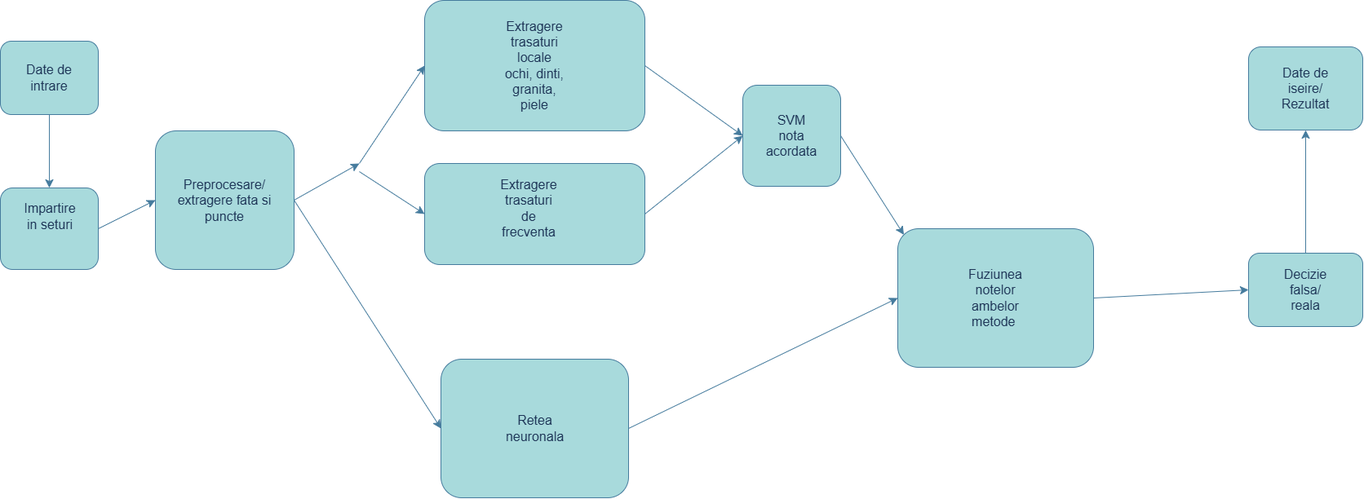
The draw.io diagram Schema_Bloc_Arhitectura.png in eliasultan/Proiect-PI, before a commit. Source tidied: cells renumbered, new cells last; positions are measured from the earlier drawing's top-left corner, leaving out a move shared by most shapes.
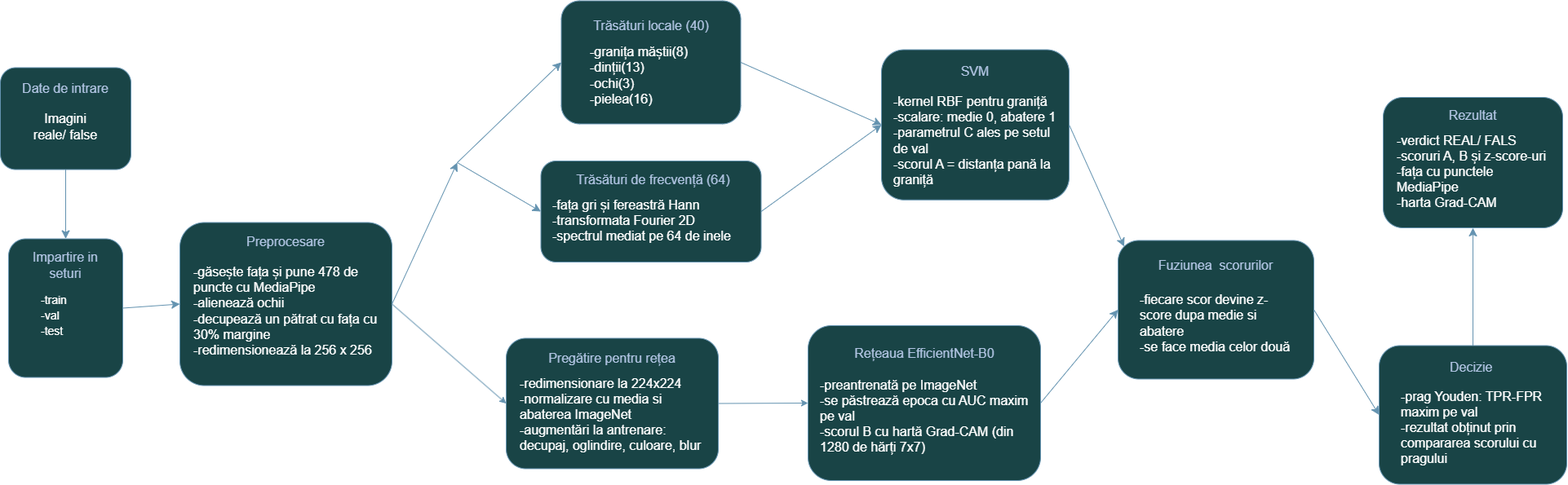
The same file after the commit.

Diff of the diagram source:
```diff
@@ -2,97 +2,92 @@
   <root>
     <mxCell id="0" />
     <mxCell id="1" parent="0" />
+    <mxCell id="34" style="rounded=1;whiteSpace=wrap;html=1;roundedPerimeter=1;strokeColor=#457B9D;align=center;verticalAlign=middle;fontFamily=Helvetica;fontSize=12;fontColor=#1D3557;labelBackgroundColor=none;fillColor=#A8DADC;" parent="1" vertex="1">
+      <mxGeometry x="590" y="385.5" width="260" height="160" as="geometry" />
+    </mxCell>
     <mxCell id="2" style="rounded=1;whiteSpace=wrap;html=1;roundedPerimeter=1;labelBackgroundColor=none;fillColor=#A8DADC;strokeColor=#457B9D;fontColor=#1D3557;" parent="1" vertex="1">
-      <mxGeometry y="50" width="120" height="90" as="geometry" />
+      <mxGeometry x="-30" y="53.5" width="160" height="125" as="geometry" />
     </mxCell>
     <mxCell id="3" value="Date de intrare" style="text;html=1;whiteSpace=wrap;strokeColor=none;fillColor=none;align=center;verticalAlign=middle;rounded=0;fontSize=16;labelBackgroundColor=none;fontColor=#1D3557;" parent="1" vertex="1">
-      <mxGeometry x="30" y="80" width="60" height="30" as="geometry" />
+      <mxGeometry x="-10" y="63.5" width="120" height="30" as="geometry" />
     </mxCell>
     <mxCell id="4" style="rounded=1;whiteSpace=wrap;html=1;roundedPerimeter=1;labelBackgroundColor=none;fillColor=#A8DADC;strokeColor=#457B9D;fontColor=#1D3557;" parent="1" vertex="1">
-      <mxGeometry y="230" width="120" height="100" as="geometry" />
+      <mxGeometry x="-20" y="263.5" width="140" height="170" as="geometry" />
     </mxCell>
     <mxCell id="5" value="Impartire in seturi" style="text;html=1;whiteSpace=wrap;strokeColor=none;fillColor=none;align=center;verticalAlign=middle;rounded=0;fontSize=16;labelBackgroundColor=none;fontColor=#1D3557;" parent="1" vertex="1">
-      <mxGeometry x="31" y="250" width="60" height="30" as="geometry" />
+      <mxGeometry x="5" y="275.5" width="90" height="40" as="geometry" />
     </mxCell>
     <mxCell id="6" style="endArrow=classic;html=1;rounded=0;fontSize=12;startSize=8;endSize=8;curved=1;exitX=0.5;exitY=1;exitDx=0;exitDy=0;entryX=0.5;entryY=0;entryDx=0;entryDy=0;labelBackgroundColor=none;strokeColor=#457B9D;fontColor=default;" parent="1" edge="1" source="2" target="4">
       <mxGeometry relative="1" as="geometry" />
     </mxCell>
-    <mxCell id="7" style="rounded=1;whiteSpace=wrap;html=1;roundedPerimeter=1;labelBackgroundColor=none;fillColor=#A8DADC;strokeColor=#457B9D;fontColor=#1D3557;" parent="1" vertex="1">
-      <mxGeometry x="190" y="160" width="170" height="170" as="geometry" />
+    <mxCell id="7" style="rounded=1;whiteSpace=wrap;html=1;roundedPerimeter=1;labelBackgroundColor=none;fillColor=#A8DADC;strokeColor=#457B9D;fontColor=#1D3557;newEdgeStyle=%7B%22endArrow%22%3A%22classic%22%2C%22html%22%3A%221%22%2C%22rounded%22%3A%220%22%2C%22fontSize%22%3A%2212%22%2C%22defaultLabelBackgroundColor%22%3A%22page%22%2C%22labelPadding%22%3A%220%204%22%2C%22startSize%22%3A%228%22%2C%22endSize%22%3A%228%22%2C%22curved%22%3A%221%22%2C%22fillColor%22%3A%22%230050ef%22%2C%22strokeColor%22%3A%22%23001DBC%22%2C%22edgeStyle%22%3A%22none%22%2C%22jettySize%22%3Anull%2C%22orthogonalLoop%22%3Anull%7D;" parent="1" vertex="1">
+      <mxGeometry x="190" y="243.5" width="260" height="200" as="geometry" />
     </mxCell>
-    <mxCell id="8" value="Preprocesare/ extragere fata si puncte&lt;div&gt;&lt;br&gt;&lt;/div&gt;" style="text;html=1;whiteSpace=wrap;strokeColor=none;fillColor=none;align=center;verticalAlign=middle;rounded=0;fontSize=16;labelBackgroundColor=none;fontColor=#1D3557;" parent="1" vertex="1">
-      <mxGeometry x="215" y="192.5" width="120" height="125" as="geometry" />
+    <mxCell id="8" value="Preprocesare" style="text;html=1;whiteSpace=wrap;strokeColor=none;fillColor=none;align=center;verticalAlign=middle;rounded=0;fontSize=16;labelBackgroundColor=none;fontColor=#1D3557;" parent="1" vertex="1">
+      <mxGeometry x="260" y="251.5" width="120" height="30" as="geometry" />
     </mxCell>
     <mxCell id="9" style="endArrow=classic;html=1;rounded=0;fontSize=12;startSize=8;endSize=8;curved=1;exitX=1;exitY=0.5;exitDx=0;exitDy=0;entryX=0;entryY=0.5;entryDx=0;entryDy=0;labelBackgroundColor=none;strokeColor=#457B9D;fontColor=default;" parent="1" edge="1" source="4" target="7">
       <mxGeometry relative="1" as="geometry" />
     </mxCell>
     <mxCell id="10" style="rounded=1;whiteSpace=wrap;html=1;roundedPerimeter=1;labelBackgroundColor=none;fillColor=#A8DADC;strokeColor=#457B9D;fontColor=#1D3557;" parent="1" vertex="1">
-      <mxGeometry x="520" width="270" height="160" as="geometry" />
+      <mxGeometry x="657.5" y="-28.5" width="220" height="151" as="geometry" />
     </mxCell>
-    <mxCell id="11" value="Extragere trasaturi locale&lt;br&gt;ochi, dinti, granita, piele" style="text;html=1;whiteSpace=wrap;strokeColor=none;fillColor=none;align=center;verticalAlign=middle;rounded=0;fontSize=16;labelBackgroundColor=none;fontColor=#1D3557;" parent="1" vertex="1">
-      <mxGeometry x="610" y="42.5" width="90" height="75" as="geometry" />
+    <mxCell id="11" value="Trăsături locale (40)" style="text;html=1;whiteSpace=wrap;strokeColor=none;fillColor=none;align=center;verticalAlign=middle;rounded=0;fontSize=16;labelBackgroundColor=none;fontColor=#1D3557;" parent="1" vertex="1">
+      <mxGeometry x="678.8" y="-18.5" width="177.5" height="40" as="geometry" />
     </mxCell>
-    <mxCell id="12" style="endArrow=classic;html=1;rounded=0;fontSize=12;startSize=8;endSize=8;curved=1;exitX=1;exitY=0.5;exitDx=0;exitDy=0;labelBackgroundColor=none;strokeColor=#457B9D;fontColor=default;" parent="1" edge="1" source="7">
-      <mxGeometry relative="1" as="geometry">
-        <mxPoint x="440" y="200" as="targetPoint" />
-      </mxGeometry>
-    </mxCell>
     <mxCell id="13" style="rounded=1;whiteSpace=wrap;html=1;roundedPerimeter=1;labelBackgroundColor=none;fillColor=#A8DADC;strokeColor=#457B9D;fontColor=#1D3557;" parent="1" vertex="1">
-      <mxGeometry x="910" y="104" width="120" height="124" as="geometry" />
+      <mxGeometry x="1050" y="31.5" width="230" height="184.2" as="geometry" />
     </mxCell>
-    <mxCell id="14" value="SVM&lt;br&gt;nota acordata" style="text;html=1;whiteSpace=wrap;strokeColor=none;fillColor=none;align=center;verticalAlign=middle;rounded=0;fontSize=16;labelBackgroundColor=none;fontColor=#1D3557;" parent="1" vertex="1">
-      <mxGeometry x="940" y="151" width="60" height="30" as="geometry" />
+    <mxCell id="14" value="SVM" style="text;html=1;whiteSpace=wrap;strokeColor=none;fillColor=none;align=center;verticalAlign=middle;rounded=0;fontSize=16;labelBackgroundColor=none;fontColor=#1D3557;" parent="1" vertex="1">
+      <mxGeometry x="1135" y="42.5" width="60" height="30" as="geometry" />
     </mxCell>
     <mxCell id="15" style="endArrow=classic;html=1;rounded=0;fontSize=12;startSize=8;endSize=8;curved=1;exitX=1;exitY=0.5;exitDx=0;exitDy=0;entryX=0;entryY=0.5;entryDx=0;entryDy=0;labelBackgroundColor=none;strokeColor=#457B9D;fontColor=default;" parent="1" edge="1" source="10" target="13">
       <mxGeometry relative="1" as="geometry" />
     </mxCell>
     <mxCell id="16" style="rounded=1;whiteSpace=wrap;html=1;roundedPerimeter=1;labelBackgroundColor=none;fillColor=#A8DADC;strokeColor=#457B9D;fontColor=#1D3557;" parent="1" vertex="1">
-      <mxGeometry x="540" y="440" width="230" height="170" as="geometry" />
+      <mxGeometry x="960" y="370" width="285" height="190" as="geometry" />
     </mxCell>
-    <mxCell id="17" value="Retea neuronala" style="text;html=1;whiteSpace=wrap;strokeColor=none;fillColor=none;align=center;verticalAlign=middle;rounded=0;fontSize=16;labelBackgroundColor=none;fontColor=#1D3557;" parent="1" vertex="1">
-      <mxGeometry x="617.5" y="500" width="75" height="50" as="geometry" />
+    <mxCell id="17" value="Rețeaua EfficientNet-B0" style="text;html=1;whiteSpace=wrap;strokeColor=none;fillColor=none;align=center;verticalAlign=middle;rounded=0;fontSize=16;labelBackgroundColor=none;fontColor=#1D3557;" parent="1" vertex="1">
+      <mxGeometry x="992.5" y="389" width="220" height="30" as="geometry" />
     </mxCell>
-    <mxCell id="18" style="endArrow=classic;html=1;rounded=0;fontSize=12;startSize=8;endSize=8;curved=1;exitX=1;exitY=0.5;exitDx=0;exitDy=0;entryX=0;entryY=0.5;entryDx=0;entryDy=0;labelBackgroundColor=none;strokeColor=#457B9D;fontColor=default;" parent="1" edge="1" source="7" target="16">
-      <mxGeometry relative="1" as="geometry" />
-    </mxCell>
     <mxCell id="19" style="rounded=1;whiteSpace=wrap;html=1;roundedPerimeter=1;labelBackgroundColor=none;fillColor=#A8DADC;strokeColor=#457B9D;fontColor=#1D3557;" parent="1" vertex="1">
-      <mxGeometry x="1100" y="280" width="240" height="170" as="geometry" />
+      <mxGeometry x="1340" y="265.5" width="240" height="170" as="geometry" />
     </mxCell>
-    <mxCell id="20" value="Fuziunea notelor ambelor metode&amp;nbsp;" style="text;html=1;whiteSpace=wrap;strokeColor=none;fillColor=none;align=center;verticalAlign=middle;rounded=0;fontSize=16;labelBackgroundColor=none;fontColor=#1D3557;" parent="1" vertex="1">
-      <mxGeometry x="1190" y="340" width="60" height="50" as="geometry" />
+    <mxCell id="20" value="Fuziunea&amp;nbsp; scorurilor" style="text;html=1;whiteSpace=wrap;strokeColor=none;fillColor=none;align=center;verticalAlign=middle;rounded=0;fontSize=16;labelBackgroundColor=none;fontColor=#1D3557;" parent="1" vertex="1">
+      <mxGeometry x="1365" y="282" width="190" height="28.5" as="geometry" />
     </mxCell>
     <mxCell id="21" style="endArrow=classic;html=1;rounded=0;fontSize=12;startSize=8;endSize=8;curved=1;exitX=1;exitY=0.5;exitDx=0;exitDy=0;entryX=0;entryY=0.5;entryDx=0;entryDy=0;labelBackgroundColor=none;strokeColor=#457B9D;fontColor=default;" parent="1" edge="1" source="16" target="19">
       <mxGeometry relative="1" as="geometry" />
     </mxCell>
     <mxCell id="22" style="rounded=1;whiteSpace=wrap;html=1;roundedPerimeter=1;labelBackgroundColor=none;fillColor=#A8DADC;strokeColor=#457B9D;fontColor=#1D3557;" parent="1" vertex="1">
-      <mxGeometry x="1530" y="310" width="140" height="90" as="geometry" />
+      <mxGeometry x="1660" y="394.5" width="230" height="170" as="geometry" />
     </mxCell>
-    <mxCell id="23" value="Decizie falsa/ reala" style="text;html=1;whiteSpace=wrap;strokeColor=none;fillColor=none;align=center;verticalAlign=middle;rounded=0;fontSize=16;labelBackgroundColor=none;fontColor=#1D3557;" parent="1" vertex="1">
-      <mxGeometry x="1570" y="340" width="60" height="30" as="geometry" />
+    <mxCell id="23" value="Decizie&amp;nbsp;" style="text;html=1;whiteSpace=wrap;strokeColor=none;fillColor=none;align=center;verticalAlign=middle;rounded=0;fontSize=16;labelBackgroundColor=none;fontColor=#1D3557;" parent="1" vertex="1">
+      <mxGeometry x="1698.8" y="405.5" width="152.5" height="30" as="geometry" />
     </mxCell>
     <mxCell id="24" style="rounded=1;whiteSpace=wrap;html=1;roundedPerimeter=1;labelBackgroundColor=none;fillColor=#A8DADC;strokeColor=#457B9D;fontColor=#1D3557;" parent="1" vertex="1">
-      <mxGeometry x="1530" y="57" width="140" height="102" as="geometry" />
+      <mxGeometry x="1665" y="90" width="220" height="160" as="geometry" />
     </mxCell>
-    <mxCell id="25" value="Date de iseire/ Rezultat" style="text;html=1;whiteSpace=wrap;strokeColor=none;fillColor=none;align=center;verticalAlign=middle;rounded=0;fontSize=16;labelBackgroundColor=none;fontColor=#1D3557;" parent="1" vertex="1">
-      <mxGeometry x="1570" y="93" width="60" height="30" as="geometry" />
+    <mxCell id="25" value="Rezultat" style="text;html=1;whiteSpace=wrap;strokeColor=none;fillColor=none;align=center;verticalAlign=middle;rounded=0;fontSize=16;labelBackgroundColor=none;fontColor=#1D3557;" parent="1" vertex="1">
+      <mxGeometry x="1745" y="100" width="60" height="24" as="geometry" />
     </mxCell>
     <mxCell id="26" style="endArrow=classic;html=1;rounded=0;fontSize=12;startSize=8;endSize=8;curved=1;exitX=0.5;exitY=0;exitDx=0;exitDy=0;entryX=0.5;entryY=1;entryDx=0;entryDy=0;labelBackgroundColor=none;strokeColor=#457B9D;fontColor=default;" parent="1" edge="1" source="22" target="24">
       <mxGeometry relative="1" as="geometry" />
     </mxCell>
     <mxCell id="27" style="rounded=1;whiteSpace=wrap;html=1;roundedPerimeter=1;labelBackgroundColor=none;fillColor=#A8DADC;strokeColor=#457B9D;fontColor=#1D3557;" parent="1" vertex="1">
-      <mxGeometry x="520" y="200" width="270" height="124" as="geometry" />
+      <mxGeometry x="632.5" y="168" width="270" height="124" as="geometry" />
     </mxCell>
-    <mxCell id="28" value="Extragere trasaturi de frecventa" style="text;html=1;whiteSpace=wrap;strokeColor=none;fillColor=none;align=center;verticalAlign=middle;rounded=0;fontSize=16;labelBackgroundColor=none;fontColor=#1D3557;" parent="1" vertex="1">
-      <mxGeometry x="617.5" y="240" width="60" height="30" as="geometry" />
+    <mxCell id="28" value="Trăsături de frecvență (64)" style="text;html=1;whiteSpace=wrap;strokeColor=none;fillColor=none;align=center;verticalAlign=middle;rounded=0;fontSize=16;labelBackgroundColor=none;fontColor=#1D3557;" parent="1" vertex="1">
+      <mxGeometry x="667.5" y="176.5" width="205" height="28.5" as="geometry" />
     </mxCell>
     <mxCell id="29" style="endArrow=classic;html=1;rounded=0;fontSize=12;defaultLabelBackgroundColor=page;startSize=8;endSize=8;curved=1;entryX=0;entryY=0.5;entryDx=0;entryDy=0;labelBackgroundColor=none;strokeColor=#457B9D;fontColor=default;" parent="1" edge="1" target="10">
       <mxGeometry relative="1" as="geometry">
-        <mxPoint x="440" y="200" as="sourcePoint" />
+        <mxPoint x="530" y="170" as="sourcePoint" />
       </mxGeometry>
     </mxCell>
     <mxCell id="30" style="endArrow=classic;html=1;rounded=0;fontSize=12;defaultLabelBackgroundColor=page;startSize=8;endSize=8;curved=1;entryX=0;entryY=0.5;entryDx=0;entryDy=0;labelBackgroundColor=none;strokeColor=#457B9D;fontColor=default;" parent="1" edge="1" target="27">
       <mxGeometry relative="1" as="geometry">
-        <mxPoint x="440" y="210" as="sourcePoint" />
+        <mxPoint x="530" y="170" as="sourcePoint" />
       </mxGeometry>
     </mxCell>
     <mxCell id="31" style="endArrow=classic;html=1;rounded=0;fontSize=12;defaultLabelBackgroundColor=page;startSize=8;endSize=8;curved=1;exitX=1;exitY=0.5;exitDx=0;exitDy=0;entryX=0;entryY=0.5;entryDx=0;entryDy=0;labelBackgroundColor=none;strokeColor=#457B9D;fontColor=default;" parent="1" edge="1" source="19" target="22">
@@ -104,5 +99,52 @@
     <mxCell id="33" style="endArrow=classic;html=1;rounded=0;fontSize=12;defaultLabelBackgroundColor=page;startSize=8;endSize=8;curved=1;exitX=1;exitY=0.5;exitDx=0;exitDy=0;entryX=0;entryY=0;entryDx=0;entryDy=0;labelBackgroundColor=none;strokeColor=#457B9D;fontColor=default;" parent="1" edge="1" source="13" target="19">
       <mxGeometry relative="1" as="geometry" />
     </mxCell>
+    <mxCell id="35" value="&lt;div&gt;&lt;font style=&quot;font-size: 14px;&quot;&gt;-train&lt;/font&gt;&lt;div&gt;&lt;font style=&quot;font-size: 14px;&quot;&gt;-val&lt;/font&gt;&lt;/div&gt;&lt;div&gt;&lt;font style=&quot;font-size: 14px;&quot;&gt;-test&lt;/font&gt;&lt;/div&gt;&lt;/div&gt;" style="text;html=1;whiteSpace=wrap;strokeColor=none;fillColor=none;align=left;verticalAlign=middle;rounded=0;fontSize=16;" parent="1" vertex="1">
+      <mxGeometry x="17.5" y="323.5" width="65" height="66" as="geometry" />
+    </mxCell>
+    <mxCell id="36" value="Imagini reale/ false" style="text;html=1;whiteSpace=wrap;strokeColor=none;fillColor=none;align=center;verticalAlign=middle;rounded=0;fontSize=16;" parent="1" vertex="1">
+      <mxGeometry x="5" y="98.5" width="90" height="55" as="geometry" />
+    </mxCell>
+    <mxCell id="37" value="-găsește fața și pune 478 de puncte cu MediaPipe&lt;div&gt;-alienează ochii&lt;/div&gt;&lt;div&gt;-decupează un pătrat cu fața cu 30% margine&lt;/div&gt;&lt;div&gt;-redimensionează la 256 x 256&lt;/div&gt;" style="text;html=1;whiteSpace=wrap;strokeColor=none;fillColor=none;align=left;verticalAlign=middle;rounded=0;fontSize=16;" parent="1" vertex="1">
+      <mxGeometry x="205" y="281.5" width="230" height="140" as="geometry" />
+    </mxCell>
+    <mxCell id="38" style="endArrow=classic;html=1;rounded=0;fontSize=12;defaultLabelBackgroundColor=page;startSize=8;endSize=8;curved=1;exitX=1;exitY=0.5;exitDx=0;exitDy=0;strokeColor=#457B9D;align=center;verticalAlign=middle;fontFamily=Helvetica;fontColor=default;labelBackgroundColor=none;" parent="1" edge="1" source="7">
+      <mxGeometry relative="1" as="geometry">
+        <mxPoint x="530" y="170" as="targetPoint" />
+      </mxGeometry>
+    </mxCell>
+    <mxCell id="39" value="-granița măștii(8)&lt;div&gt;-dinții(13)&lt;/div&gt;&lt;div&gt;-ochi(3)&lt;/div&gt;&lt;div&gt;-pielea(16)&lt;/div&gt;" style="text;html=1;whiteSpace=wrap;strokeColor=none;fillColor=none;align=left;verticalAlign=middle;rounded=0;fontSize=16;" parent="1" vertex="1">
+      <mxGeometry x="691.2" y="21.5" width="152.5" height="83.5" as="geometry" />
+    </mxCell>
+    <mxCell id="40" value="-fața gri și fereastră Hann&lt;div&gt;-transformata Fourier 2D&lt;/div&gt;&lt;div&gt;-spectrul mediat pe 64 de inele&lt;/div&gt;" style="text;html=1;whiteSpace=wrap;strokeColor=none;fillColor=none;align=left;verticalAlign=middle;rounded=0;fontSize=16;" parent="1" vertex="1">
+      <mxGeometry x="645" y="205" width="250" height="71.5" as="geometry" />
+    </mxCell>
+    <mxCell id="41" value="-kernel RBF pentru graniță&lt;div&gt;-scalare: medie 0, abatere 1&lt;/div&gt;&lt;div&gt;-parametrul C ales pe setul de val&lt;/div&gt;&lt;div&gt;-scorul A = distanța pană la graniță&lt;/div&gt;" style="text;html=1;whiteSpace=wrap;strokeColor=none;fillColor=none;align=left;verticalAlign=middle;rounded=0;fontSize=16;" parent="1" vertex="1">
+      <mxGeometry x="1062.5" y="72.5" width="205" height="140" as="geometry" />
+    </mxCell>
+    <mxCell id="42" value="-fiecare scor devine z-score dupa medie si abatere&lt;div&gt;-se face media celor două&lt;/div&gt;" style="text;html=1;whiteSpace=wrap;strokeColor=none;fillColor=none;align=left;verticalAlign=middle;rounded=0;fontSize=16;" parent="1" vertex="1">
+      <mxGeometry x="1365" y="325.5" width="190" height="83.5" as="geometry" />
+    </mxCell>
+    <mxCell id="43" value="-redimensionare la 224x224&lt;div&gt;-normalizare cu media si abaterea ImageNet&lt;/div&gt;&lt;div&gt;-augmentări la antrenare: decupaj, oglindire, culoare, blur&lt;/div&gt;" style="text;html=1;whiteSpace=wrap;strokeColor=none;fillColor=none;align=left;verticalAlign=middle;rounded=0;fontSize=16;" parent="1" vertex="1">
+      <mxGeometry x="605" y="433.5" width="230" height="91" as="geometry" />
+    </mxCell>
+    <mxCell id="44" value="Pregătire pentru rețea" style="text;html=1;whiteSpace=wrap;strokeColor=none;fillColor=none;align=center;verticalAlign=middle;rounded=0;fontSize=16;fontFamily=Helvetica;fontColor=#1D3557;fontStyle=0;labelBackgroundColor=none;" parent="1" vertex="1">
+      <mxGeometry x="610" y="394.5" width="220" height="30" as="geometry" />
+    </mxCell>
+    <mxCell id="45" value="-preantrenată pe ImageNet&lt;div&gt;-se păstrează epoca cu AUC maxim pe val&lt;/div&gt;&lt;div&gt;-scorul B cu hartă Grad-CAM (din 1280 de hărți 7x7)&lt;/div&gt;" style="text;html=1;whiteSpace=wrap;strokeColor=none;fillColor=none;align=left;verticalAlign=middle;rounded=0;fontSize=16;" parent="1" vertex="1">
+      <mxGeometry x="972.5" y="419" width="260" height="124" as="geometry" />
+    </mxCell>
+    <mxCell id="46" style="html=1;rounded=1;fontSize=12;exitX=1;exitY=0.5;exitDx=0;exitDy=0;entryX=0;entryY=0.5;entryDx=0;entryDy=0;strokeColor=#457B9D;align=center;verticalAlign=middle;fontFamily=Helvetica;fontColor=#1D3557;labelBackgroundColor=none;fillColor=#A8DADC;roundedPerimeter=1;" parent="1" edge="1" source="34" target="16">
+      <mxGeometry relative="1" as="geometry" />
+    </mxCell>
+    <mxCell id="47" style="html=1;rounded=1;fontSize=12;exitX=1;exitY=0.5;exitDx=0;exitDy=0;entryX=0;entryY=0.5;entryDx=0;entryDy=0;strokeColor=#457B9D;align=center;verticalAlign=middle;fontFamily=Helvetica;fontColor=#1D3557;labelBackgroundColor=none;fillColor=#A8DADC;roundedPerimeter=1;" parent="1" edge="1" source="7" target="34">
+      <mxGeometry relative="1" as="geometry" />
+    </mxCell>
+    <mxCell id="48" value="-verdict REAL/ FALS&lt;div&gt;-scoruri A, B și z-score-uri&lt;/div&gt;&lt;div&gt;-fața cu punctele MediaPipe&lt;/div&gt;&lt;div&gt;-harta Grad-CAM&lt;/div&gt;" style="text;html=1;whiteSpace=wrap;strokeColor=none;fillColor=none;align=left;verticalAlign=middle;rounded=0;fontSize=16;" parent="1" vertex="1">
+      <mxGeometry x="1680" y="130" width="190" height="102" as="geometry" />
+    </mxCell>
+    <mxCell id="49" value="-prag Youden: TPR-FPR maxim pe val&lt;div&gt;-rezultat obținut prin compararea scorului cu pragului&lt;/div&gt;" style="text;html=1;whiteSpace=wrap;strokeColor=none;fillColor=none;align=left;verticalAlign=middle;rounded=0;fontSize=16;" parent="1" vertex="1">
+      <mxGeometry x="1685" y="443.5" width="190" height="102" as="geometry" />
+    </mxCell>
   </root>
 </mxGraphModel>
```
